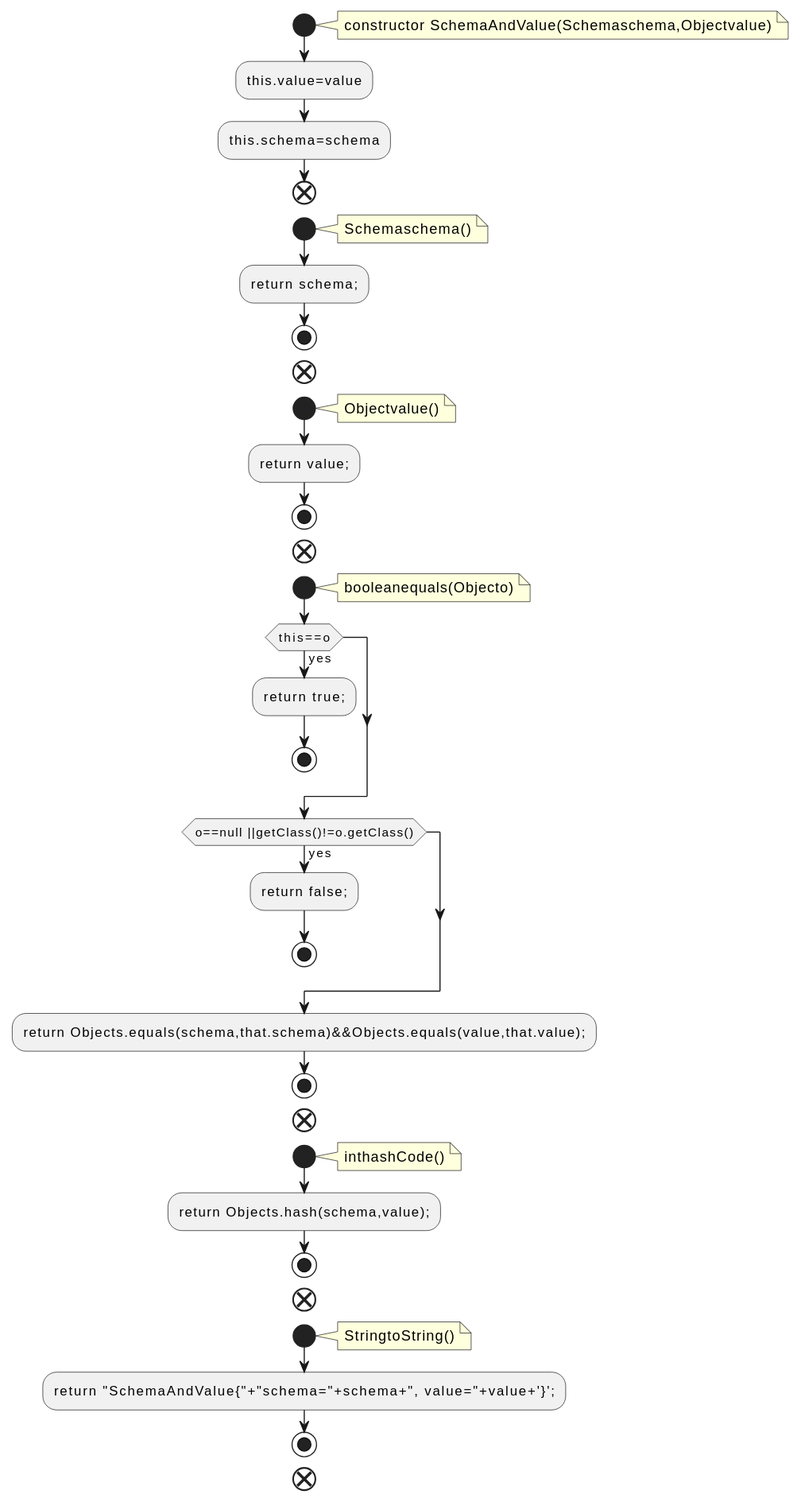
Above: docs/qc/connect/api/src/main/java/org/apache/kafka/connect/data/SchemaAndValue.java.fct.svg in qualitesys/kafka (PlantUML), before the change. The source it was exported from:
```plantuml
@startuml
!pragma layout smetana
start
note right
constructor SchemaAndValue(Schemaschema,Objectvalue)
end note
:this.value=value;
:this.schema=schema;
end
start
note right
Schemaschema()
end note
:return schema;;
stop
end
start
note right
Objectvalue()
end note
:return value;;
stop
end
start
note right
booleanequals(Objecto)
end note
if (this==o) then (yes)
:return true;;
stop
endif
if (o==null ||getClass()!=o.getClass()) then (yes)
:return false;;
stop
endif
:return Objects.equals(schema,that.schema)&&Objects.equals(value,that.value);;
stop
end
start
note right
inthashCode()
end note
:return Objects.hash(schema,value);;
stop
end
start
note right
StringtoString()
end note
:return "SchemaAndValue{"+"schema="+schema+", value="+value+'}';;
stop
end
@enduml
```
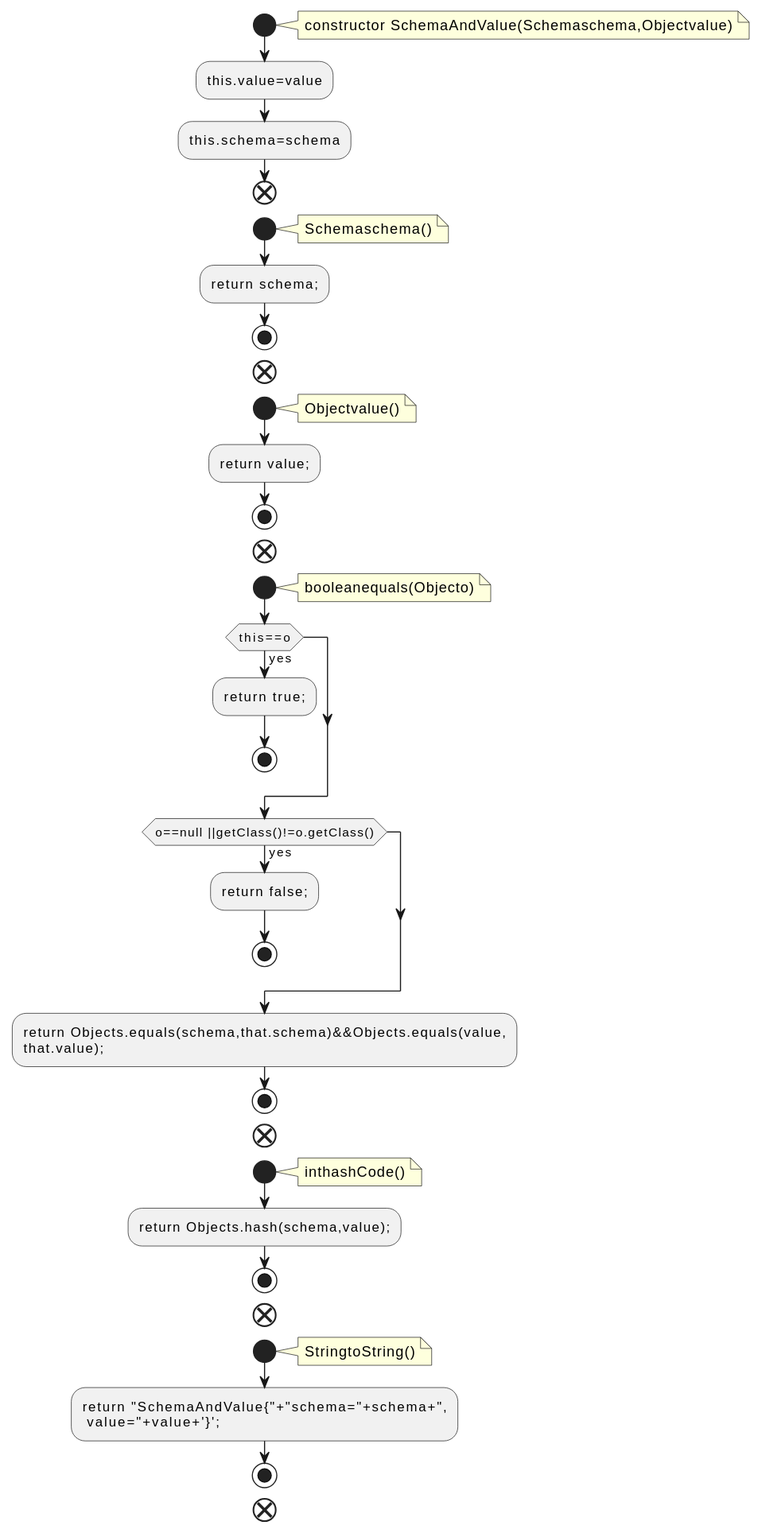
Later version of the same file.

The edit, as a diff of the source:
```diff
@@ -33,7 +33,8 @@
 :return false;;
 stop
 endif
-:return Objects.equals(schema,that.schema)&&Objects.equals(value,that.value);;
+:return Objects.equals(schema,that.schema)&&Objects.equals(value,
+that.value);;
 stop
 end
 start
@@ -47,7 +48,8 @@
 note right
 StringtoString()
 end note
-:return "SchemaAndValue{"+"schema="+schema+", value="+value+'}';;
+:return "SchemaAndValue{"+"schema="+schema+",
+ value="+value+'}';;
 stop
 end
 @enduml
```
